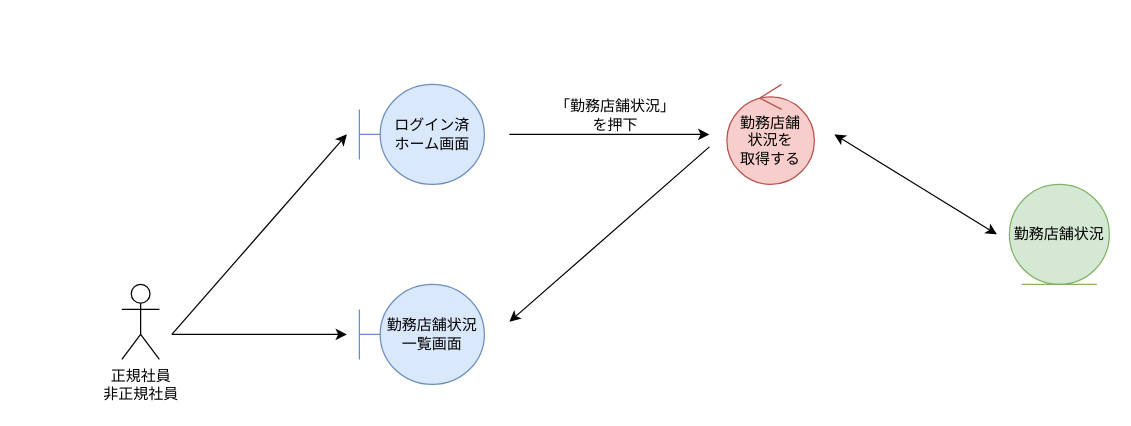
This is page "勤務店舗状況参照" (1 of 2) of 各種設計書/3ロバストネス図/人事情報管理/3.勤務店舗状況編集.drawio from HaruShim/Sotuken, a draw.io file, before an edit. Source tidied: cells renumbered, new cells numbered last; positions are measured from the earlier drawing's top-left corner, leaving out a move shared by most shapes. Both pictures are drawn from the tidied source at 125%, with x=0, y=0 at pixel (121, 84).
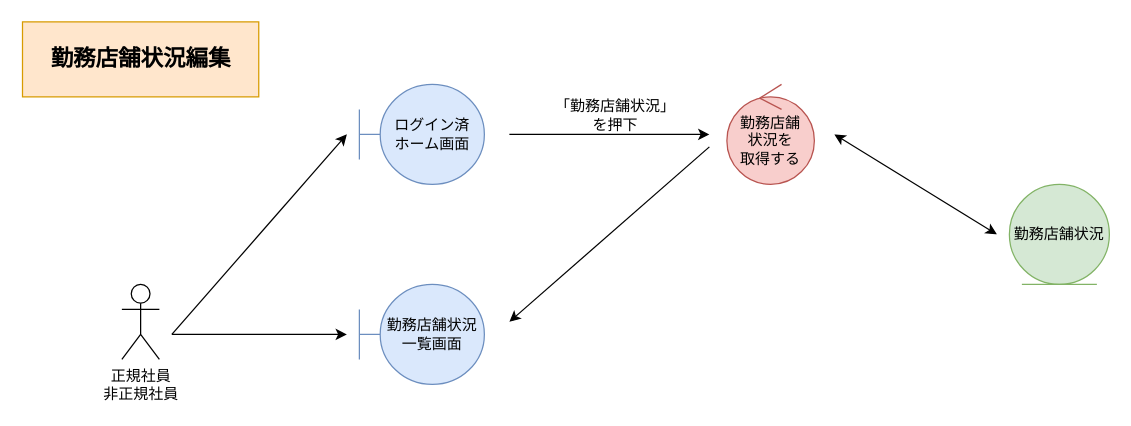
After the change.

The edit, as a diff of the source:
```diff
@@
 <mxGraphModel>
   <root>
     <mxCell id="0" />
     <mxCell id="1" parent="0" />
     <mxCell id="2" value="正規社員&lt;br&gt;非正規社員" style="shape=umlActor;verticalLabelPosition=bottom;verticalAlign=top;html=1;" parent="1" vertex="1">
       <mxGeometry y="160" width="30" height="60" as="geometry" />
     </mxCell>
     <mxCell id="3" value="ログイン済&lt;br&gt;ホーム画面" style="shape=umlBoundary;whiteSpace=wrap;html=1;fillColor=#dae8fc;strokeColor=#6c8ebf;" parent="1" vertex="1">
       <mxGeometry x="190" width="100" height="80" as="geometry" />
     </mxCell>
     <mxCell id="4" value="勤務店舗状況&lt;br&gt;一覧画面" style="shape=umlBoundary;whiteSpace=wrap;html=1;fillColor=#dae8fc;strokeColor=#6c8ebf;" parent="1" vertex="1">
       <mxGeometry x="190" y="160" width="100" height="80" as="geometry" />
     </mxCell>
     <mxCell id="5" style="endArrow=classic;html=1;rounded=0;" parent="1" edge="1">
       <mxGeometry relative="1" as="geometry">
         <mxPoint x="40" y="200" as="sourcePoint" />
         <mxPoint x="180" y="40" as="targetPoint" />
       </mxGeometry>
     </mxCell>
     <mxCell id="6" value="「勤務店舗状況」&lt;br&gt;を押下" style="text;html=1;strokeColor=none;fillColor=none;align=center;verticalAlign=middle;whiteSpace=wrap;rounded=0;" parent="1" vertex="1">
       <mxGeometry x="320" y="10" width="150" height="30" as="geometry" />
     </mxCell>
     <mxCell id="7" value="勤務店舗&lt;br&gt;状況を&lt;br&gt;取得する" style="ellipse;shape=umlControl;whiteSpace=wrap;html=1;fillColor=#f8cecc;strokeColor=#b85450;" parent="1" vertex="1">
       <mxGeometry x="484" width="70" height="80" as="geometry" />
     </mxCell>
     <mxCell id="8" style="endArrow=classic;html=1;rounded=0;startArrow=none;startFill=0;" parent="1" edge="1">
       <mxGeometry relative="1" as="geometry">
         <mxPoint x="310" y="40" as="sourcePoint" />
         <mxPoint x="470" y="40" as="targetPoint" />
       </mxGeometry>
     </mxCell>
     <mxCell id="9" value="勤務店舗状況" style="ellipse;shape=umlEntity;whiteSpace=wrap;html=1;fillColor=#d5e8d4;strokeColor=#82b366;" parent="1" vertex="1">
       <mxGeometry x="710" y="80" width="80" height="80" as="geometry" />
     </mxCell>
     <mxCell id="10" style="endArrow=classic;html=1;rounded=0;startArrow=classic;startFill=1;" parent="1" edge="1">
       <mxGeometry relative="1" as="geometry">
         <mxPoint x="570" y="40" as="sourcePoint" />
         <mxPoint x="700" y="120" as="targetPoint" />
       </mxGeometry>
     </mxCell>
     <mxCell id="11" style="endArrow=classic;html=1;rounded=0;" parent="1" edge="1">
       <mxGeometry relative="1" as="geometry">
         <mxPoint x="40" y="200" as="sourcePoint" />
         <mxPoint x="180" y="200" as="targetPoint" />
       </mxGeometry>
     </mxCell>
     <mxCell id="12" style="endArrow=classic;html=1;rounded=0;" parent="1" edge="1">
       <mxGeometry relative="1" as="geometry">
         <mxPoint x="470" y="50" as="sourcePoint" />
         <mxPoint x="310" y="190" as="targetPoint" />
       </mxGeometry>
     </mxCell>
+    <mxCell id="13" value="勤務店舗状況編集" style="rounded=0;whiteSpace=wrap;html=1;fillColor=#ffe6cc;strokeColor=#d79b00;fontStyle=1;fontSize=18;" parent="1" vertex="1">
+      <mxGeometry x="-79.5" y="-50" width="189" height="60" as="geometry" />
+    </mxCell>
   </root>
 </mxGraphModel>
```
